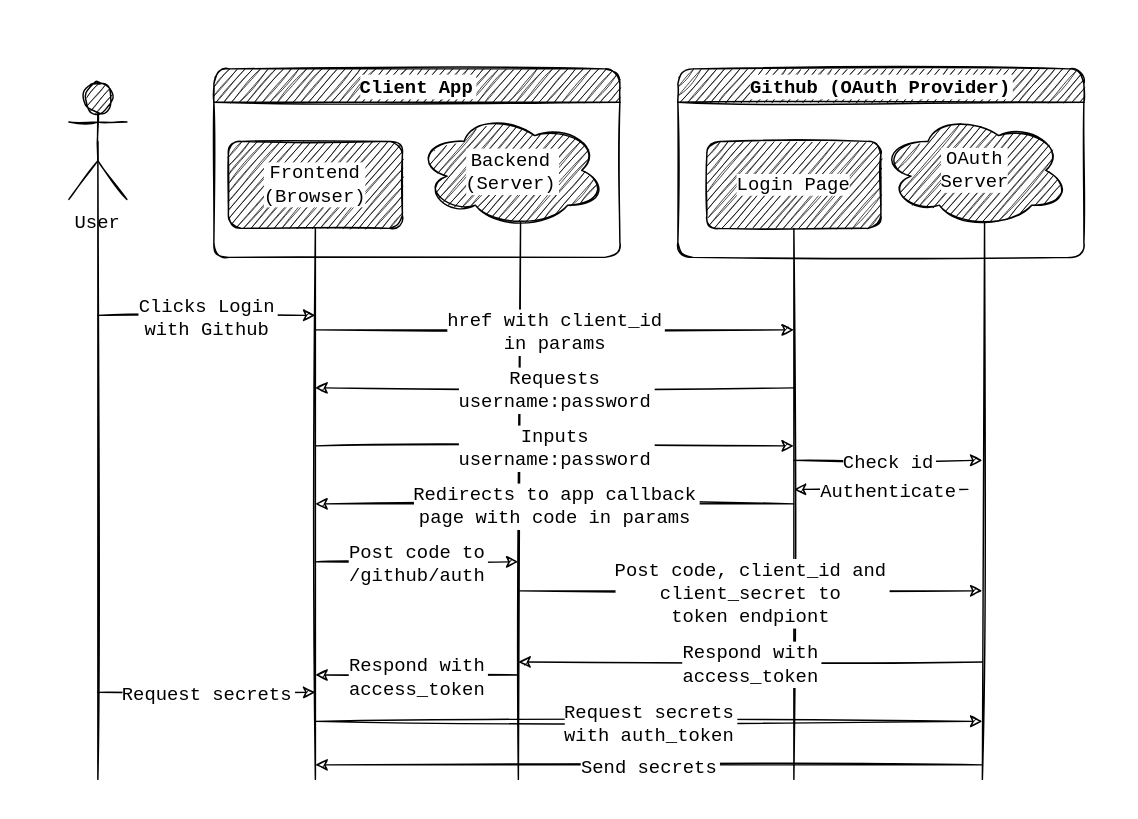
The draw.io diagram module-2/unit-1/workshop-4/oauthflow.drawio in si-mv/swe-resources, before the edit. Source tidied: cells renumbered, new cells numbered last; positions are measured from the earlier drawing's top-left corner, leaving out a move shared by most shapes. Both pictures are drawn from the tidied source at 145%, with x=0, y=0 at pixel (68, 68).
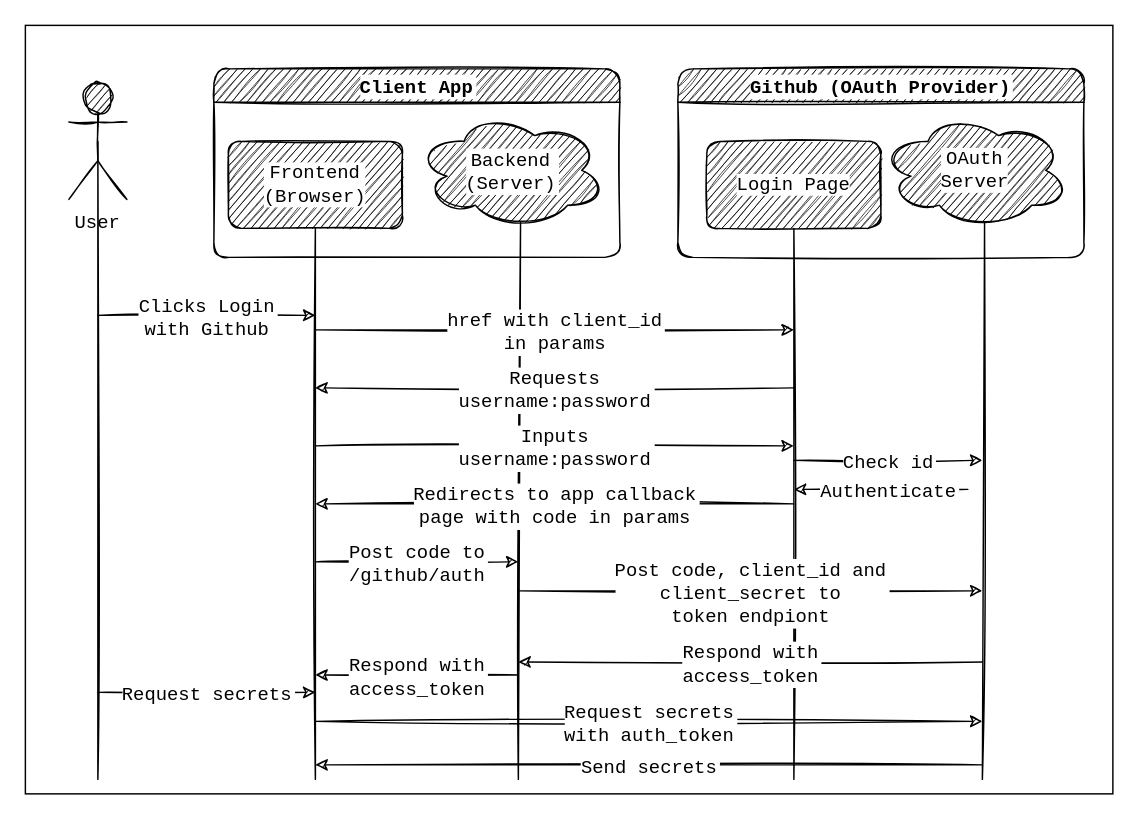
Above is the later version.

Change to the diagram source:
```diff
@@
+    <mxCell id="42" style="rounded=0;whiteSpace=wrap;html=1;labelBackgroundColor=#FFFFFF;fontColor=#000000;strokeColor=#000000;fillColor=#FFFFFF;" parent="1" vertex="1">
+      <mxGeometry x="-30" y="-30" width="750" height="530" as="geometry" />
+    </mxCell>
```
